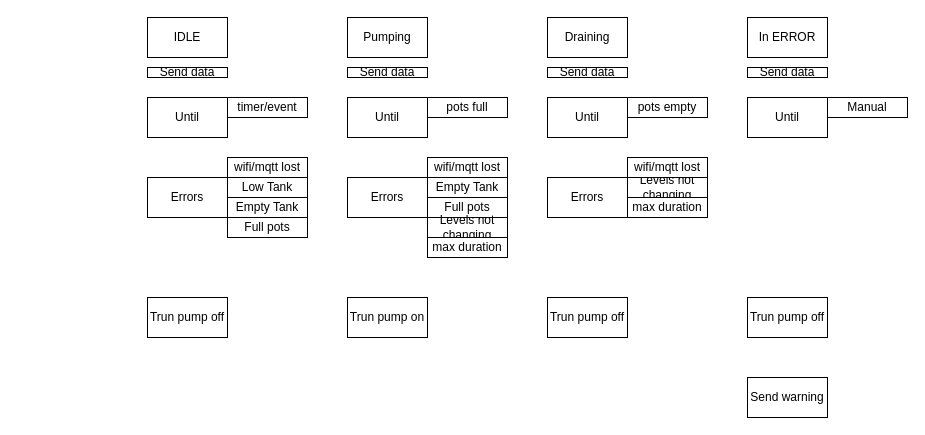
Earlier version of the draw.io diagram schema/hydrobot-state-machine.drawio (jandadav/HydroBot). Source tidied: cells renumbered, new cells numbered last; positions are measured from the earlier drawing's top-left corner, leaving out a move shared by most shapes. Both pictures are drawn from the tidied source at 100%, with x=0, y=0 at pixel (147, 17).
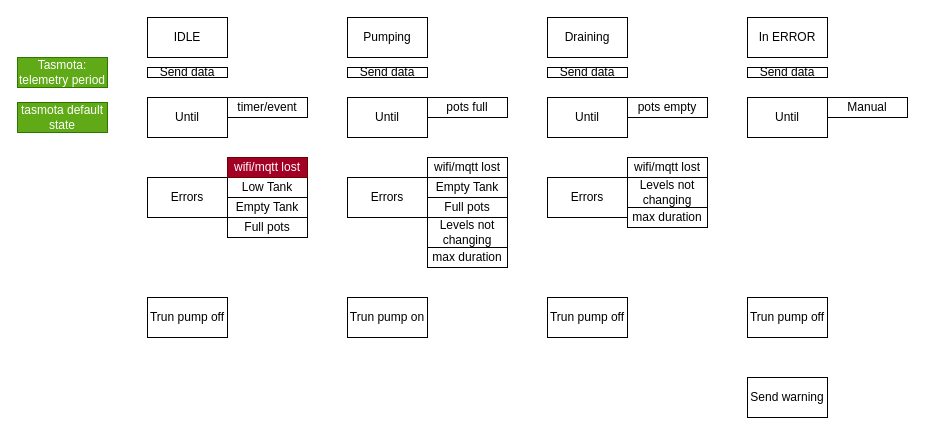
After the change.

Change to the diagram source:
```diff
@@
     <mxCell id="21" value="Levels not changing" style="rounded=0;whiteSpace=wrap;html=1;" parent="1" vertex="1">
-      <mxGeometry x="280" y="200" width="80" height="20" as="geometry" />
+      <mxGeometry x="280" y="200" width="80" height="30" as="geometry" />
     </mxCell>
@@
     <mxCell id="23" value="Levels not changing" style="rounded=0;whiteSpace=wrap;html=1;" parent="1" vertex="1">
-      <mxGeometry x="480" y="160" width="80" height="20" as="geometry" />
+      <mxGeometry x="480" y="160" width="80" height="30" as="geometry" />
     </mxCell>
@@
     <mxCell id="32" value="max duration" style="rounded=0;whiteSpace=wrap;html=1;" parent="1" vertex="1">
-      <mxGeometry x="280" y="220" width="80" height="20" as="geometry" />
+      <mxGeometry x="280" y="230" width="80" height="20" as="geometry" />
     </mxCell>
     <mxCell id="33" value="max duration" style="rounded=0;whiteSpace=wrap;html=1;" parent="1" vertex="1">
-      <mxGeometry x="480" y="180" width="80" height="20" as="geometry" />
+      <mxGeometry x="480" y="190" width="80" height="20" as="geometry" />
     </mxCell>
-    <mxCell id="34" value="wifi/mqtt lost" style="rounded=0;whiteSpace=wrap;html=1;" parent="1" vertex="1">
+    <mxCell id="34" value="wifi/mqtt lost" style="rounded=0;whiteSpace=wrap;html=1;fillColor=#a20025;strokeColor=#6F0000;fontColor=#ffffff;" parent="1" vertex="1">
       <mxGeometry x="80" y="140" width="80" height="20" as="geometry" />
     </mxCell>
@@
+    <mxCell id="38" value="Tasmota: telemetry period" style="rounded=0;whiteSpace=wrap;html=1;fillColor=#60a917;strokeColor=#2D7600;fontColor=#ffffff;" parent="1" vertex="1">
+      <mxGeometry x="-130" y="40" width="90" height="30" as="geometry" />
+    </mxCell>
+    <mxCell id="39" value="tasmota default state" style="rounded=0;whiteSpace=wrap;html=1;fillColor=#60a917;strokeColor=#2D7600;fontColor=#ffffff;" parent="1" vertex="1">
+      <mxGeometry x="-130" y="85" width="90" height="30" as="geometry" />
+    </mxCell>
```
